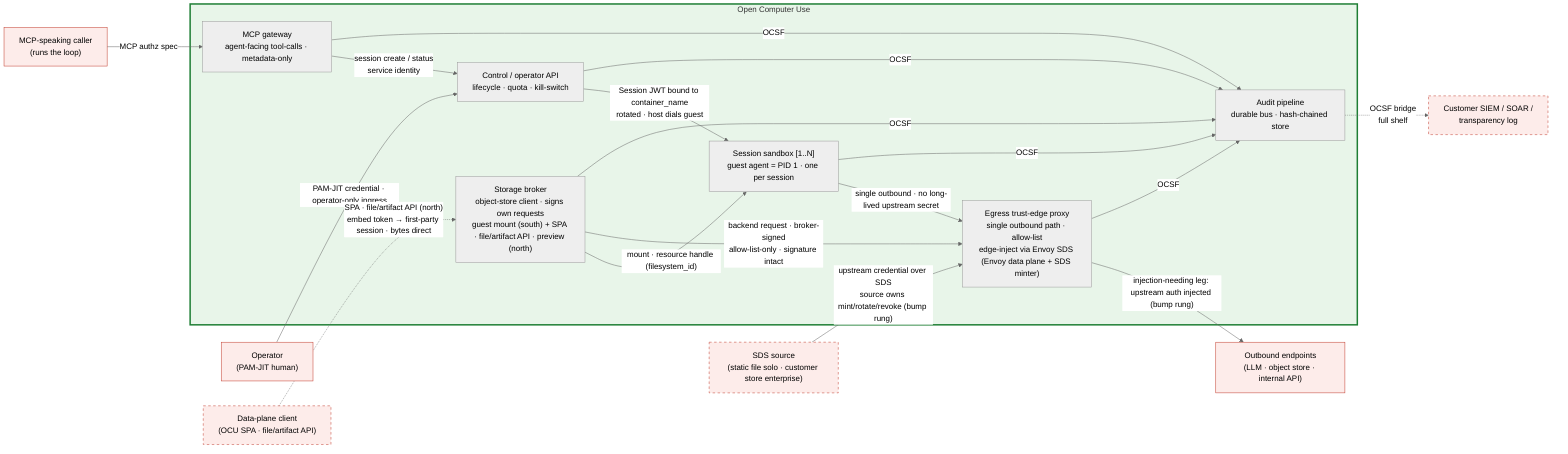
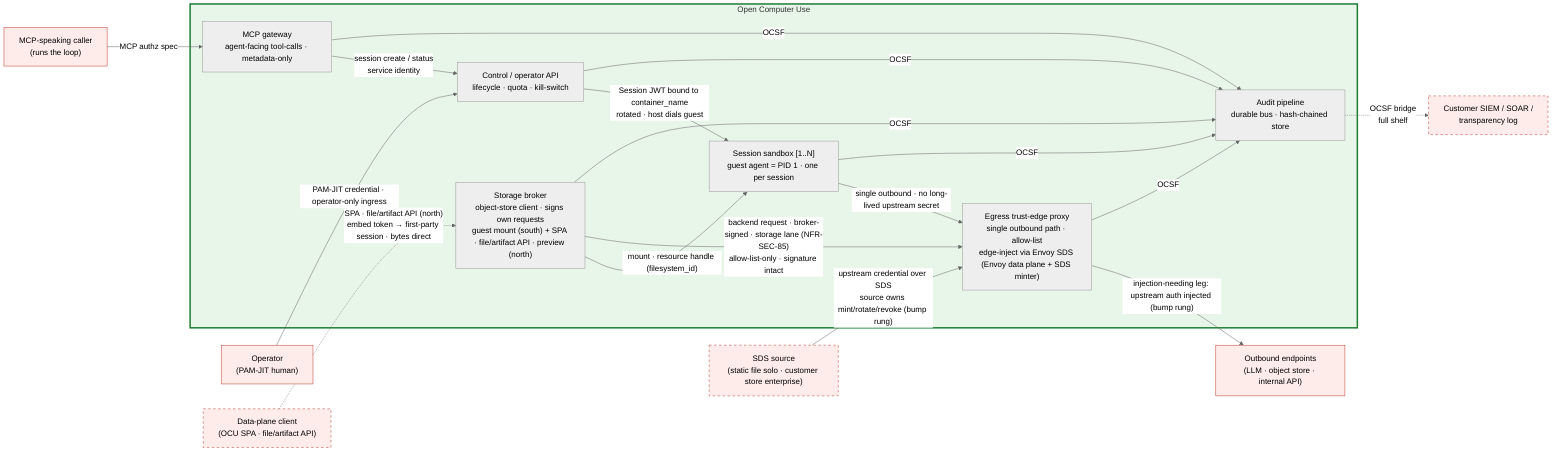
%% SPDX-License-Identifier: FSL-1.1-Apache-2.0
%% Copyright (c) 2025 Open Computer Use Contributors
%% Canonical Layer 6 (C4 Container) diagram. Referenced from docs/architecture/05-c4-container.md.
%% Role names only — no technology names (per CLAUDE.md Diagrams). Tech choice lands in component specs under components/.
%% Six containers across five Layer-3 trust zones: the Control plane splits into an agent-facing
%% MCP gateway and an operator/lifecycle API (the kill-switch lives only on the latter); the other
%% four zones map 1:1. Substrate differs by shelf (see 05-c4-container.md §5); the count does not.
%% Palette (project convention): red untrusted / green trusted. Amber/blue trust-zone shading is Layer 3 only.

%%{init: {"theme": "neutral"} }%%
flowchart LR

    %% ─── external (drawn for orientation; contracts in 03-c4-context.md §4) ───
    PEER["MCP-speaking caller<br/>(runs the loop)"]:::ext
    OPER["Operator<br/>(PAM-JIT human)"]:::ext
    FILE["Data-plane client<br/>(OCU SPA · file/artifact API)"]:::extOpt
    UPSTREAM["Outbound endpoints<br/>(LLM · object store · internal API)"]:::ext
    SINK["Customer SIEM / SOAR /<br/>transparency log"]:::extOpt
    SDS["SDS source<br/>(static file solo · customer store enterprise)"]:::extOpt

    %% ─── containers inside the system under design ───
    subgraph OCU["Open Computer Use"]
        MCPG["MCP gateway<br/>agent-facing tool-calls · metadata-only"]
        CTRL["Control / operator API<br/>lifecycle · quota · kill-switch"]
        STORE["Storage broker<br/>object-store client · signs own requests<br/>guest mount (south) + SPA · file/artifact API · preview (north)"]
        VM["Session sandbox [1..N]<br/>guest agent = PID 1 · one per session"]
        EDGE["Egress trust-edge proxy<br/>single outbound path · allow-list<br/>edge-inject via Envoy SDS (Envoy data plane + SDS minter)"]
        AUD["Audit pipeline<br/>durable bus · hash-chained store"]
    end

    %% ─── inbound (two distinct surfaces of the Control plane) ───
    PEER -->|"MCP authz spec"| MCPG
    OPER -->|"PAM-JIT credential · operator-only ingress"| CTRL
    MCPG -->|"session create / status<br/>service identity"| CTRL

    %% ─── control + storage reach the guest host-side (host dials, guest listens; NFR-SEC-43) ───
    CTRL -->|"Session JWT bound to container_name<br/>rotated · host dials guest"| VM
    STORE -->|"mount · resource handle (filesystem_id)"| VM
    FILE -.->|"SPA · file/artifact API (north)<br/>embed token → first-party session · bytes direct"| STORE

    %% ─── egress: guest carries no long-lived upstream secret; on injection-needing legs the edge
    %%     receives the credential over SDS and injects at the egress-wide-bump rung (see 05 §3, §6; ADR-0007) ───
    VM -->|"single outbound · no long-lived upstream secret"| EDGE
    SDS -->|"upstream credential over SDS<br/>source owns mint/rotate/revoke (bump rung)"| EDGE
-     STORE -->|"backend request · broker-signed<br/>allow-list-only · signature intact"| EDGE
+     STORE -->|"backend request · broker-signed · storage lane (NFR-SEC-85)<br/>allow-list-only · signature intact"| EDGE
    EDGE -->|"injection-needing leg: upstream auth injected (bump rung)"| UPSTREAM

    %% ─── audit fan-in (every source container emits OCSF; the pipeline is the sink) ───
    MCPG -->|OCSF| AUD
    CTRL -->|OCSF| AUD
    STORE -->|OCSF| AUD
    VM -->|OCSF| AUD
    EDGE -->|OCSF| AUD
    AUD -.->|"OCSF bridge<br/>full shelf"| SINK

    %% ─── styling (project palette) ───
    classDef ext fill:#fdecea,stroke:#c0392b,stroke-width:1px;
    classDef extOpt fill:#fdecea,stroke:#c0392b,stroke-dasharray: 5 5;
    style OCU fill:#e8f5e9,stroke:#1e7e34,stroke-width:3px;
